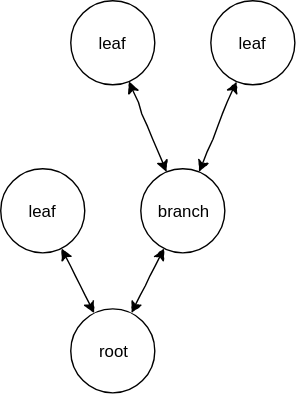
Earlier version of the draw.io export Documentation/Design/Graph.svg (JirkaDellOro/FUDGE). Source tidied: cells renumbered, new cells last; positions are measured from the earlier drawing's top-left corner, leaving out a move shared by most shapes. Its diagram source:
```xml
<mxGraphModel>
  <root>
    <mxCell id="0" />
    <mxCell id="1" parent="0" />
    <mxCell id="2" value="root" style="ellipse;whiteSpace=wrap;html=1;rounded=1;shadow=0;strokeWidth=1;comic=1;" parent="1" vertex="1">
      <mxGeometry x="50" y="220" width="60" height="60" as="geometry" />
    </mxCell>
    <mxCell id="3" value="leaf" style="ellipse;whiteSpace=wrap;html=1;rounded=1;shadow=0;strokeWidth=1;comic=1;" parent="1" vertex="1">
      <mxGeometry y="120" width="60" height="60" as="geometry" />
    </mxCell>
    <mxCell id="4" style="rounded=0;html=1;jettySize=auto;comic=1;startArrow=classic;startFill=1;" parent="1" edge="1" source="2" target="3">
      <mxGeometry relative="1" as="geometry" />
    </mxCell>
    <mxCell id="5" value="branch" style="ellipse;whiteSpace=wrap;html=1;rounded=1;shadow=0;strokeWidth=1;comic=1;" parent="1" vertex="1">
      <mxGeometry x="100" y="120" width="60" height="60" as="geometry" />
    </mxCell>
    <mxCell id="6" style="rounded=0;html=1;jettySize=auto;comic=1;startArrow=classic;startFill=1;" parent="1" edge="1" source="2" target="5">
      <mxGeometry relative="1" as="geometry" />
    </mxCell>
    <mxCell id="7" value="leaf" style="ellipse;whiteSpace=wrap;html=1;rounded=1;shadow=0;strokeWidth=1;comic=1;" parent="1" vertex="1">
      <mxGeometry x="50" width="60" height="60" as="geometry" />
    </mxCell>
    <mxCell id="8" style="rounded=0;html=1;jettySize=auto;comic=1;startArrow=classic;startFill=1;" parent="1" edge="1" source="5" target="7">
      <mxGeometry relative="1" as="geometry" />
    </mxCell>
    <mxCell id="9" style="rounded=0;html=1;jettySize=auto;comic=1;startArrow=classic;startFill=1;" parent="1" edge="1" source="10" target="5">
      <mxGeometry relative="1" as="geometry" />
    </mxCell>
    <mxCell id="10" value="leaf" style="ellipse;whiteSpace=wrap;html=1;rounded=1;shadow=0;strokeWidth=1;comic=1;" parent="1" vertex="1">
      <mxGeometry x="150" width="60" height="60" as="geometry" />
    </mxCell>
  </root>
</mxGraphModel>
```
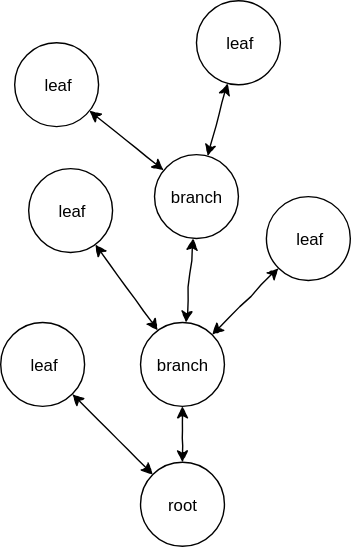
The same file after the commit.

The edit, as a diff of the source:
```diff
@@ -3,22 +3,22 @@
     <mxCell id="0" />
     <mxCell id="1" parent="0" />
     <mxCell id="2" value="root" style="ellipse;whiteSpace=wrap;html=1;rounded=1;shadow=0;strokeWidth=1;comic=1;" parent="1" vertex="1">
-      <mxGeometry x="50" y="220" width="60" height="60" as="geometry" />
+      <mxGeometry x="100" y="345" width="60" height="60" as="geometry" />
     </mxCell>
     <mxCell id="3" value="leaf" style="ellipse;whiteSpace=wrap;html=1;rounded=1;shadow=0;strokeWidth=1;comic=1;" parent="1" vertex="1">
-      <mxGeometry y="120" width="60" height="60" as="geometry" />
+      <mxGeometry y="245" width="60" height="60" as="geometry" />
     </mxCell>
     <mxCell id="4" style="rounded=0;html=1;jettySize=auto;comic=1;startArrow=classic;startFill=1;" parent="1" edge="1" source="2" target="3">
       <mxGeometry relative="1" as="geometry" />
     </mxCell>
     <mxCell id="5" value="branch" style="ellipse;whiteSpace=wrap;html=1;rounded=1;shadow=0;strokeWidth=1;comic=1;" parent="1" vertex="1">
-      <mxGeometry x="100" y="120" width="60" height="60" as="geometry" />
+      <mxGeometry x="100" y="245" width="60" height="60" as="geometry" />
     </mxCell>
     <mxCell id="6" style="rounded=0;html=1;jettySize=auto;comic=1;startArrow=classic;startFill=1;" parent="1" edge="1" source="2" target="5">
       <mxGeometry relative="1" as="geometry" />
     </mxCell>
     <mxCell id="7" value="leaf" style="ellipse;whiteSpace=wrap;html=1;rounded=1;shadow=0;strokeWidth=1;comic=1;" parent="1" vertex="1">
-      <mxGeometry x="50" width="60" height="60" as="geometry" />
+      <mxGeometry x="20" y="135" width="60" height="60" as="geometry" />
     </mxCell>
     <mxCell id="8" style="rounded=0;html=1;jettySize=auto;comic=1;startArrow=classic;startFill=1;" parent="1" edge="1" source="5" target="7">
       <mxGeometry relative="1" as="geometry" />
@@ -27,7 +27,25 @@
       <mxGeometry relative="1" as="geometry" />
     </mxCell>
     <mxCell id="10" value="leaf" style="ellipse;whiteSpace=wrap;html=1;rounded=1;shadow=0;strokeWidth=1;comic=1;" parent="1" vertex="1">
-      <mxGeometry x="150" width="60" height="60" as="geometry" />
+      <mxGeometry x="190" y="155" width="60" height="60" as="geometry" />
     </mxCell>
+    <mxCell id="11" value="branch" style="ellipse;whiteSpace=wrap;html=1;rounded=1;shadow=0;strokeWidth=1;comic=1;" parent="1" vertex="1">
+      <mxGeometry x="110" y="125" width="60" height="60" as="geometry" />
+    </mxCell>
+    <mxCell id="12" style="rounded=0;html=1;jettySize=auto;comic=1;startArrow=classic;startFill=1;" parent="1" edge="1" source="5" target="11">
+      <mxGeometry relative="1" as="geometry" />
+    </mxCell>
+    <mxCell id="13" style="rounded=0;html=1;jettySize=auto;comic=1;startArrow=classic;startFill=1;" parent="1" edge="1" source="14" target="11">
+      <mxGeometry relative="1" as="geometry" />
+    </mxCell>
+    <mxCell id="14" value="leaf" style="ellipse;whiteSpace=wrap;html=1;rounded=1;shadow=0;strokeWidth=1;comic=1;" parent="1" vertex="1">
+      <mxGeometry x="140" y="15" width="60" height="60" as="geometry" />
+    </mxCell>
+    <mxCell id="15" value="leaf" style="ellipse;whiteSpace=wrap;html=1;rounded=1;shadow=0;strokeWidth=1;comic=1;" parent="1" vertex="1">
+      <mxGeometry x="10" y="45" width="60" height="60" as="geometry" />
+    </mxCell>
+    <mxCell id="16" style="rounded=0;html=1;jettySize=auto;comic=1;startArrow=classic;startFill=1;" parent="1" edge="1" source="15" target="11">
+      <mxGeometry relative="1" as="geometry" />
+    </mxCell>
   </root>
 </mxGraphModel>
```
